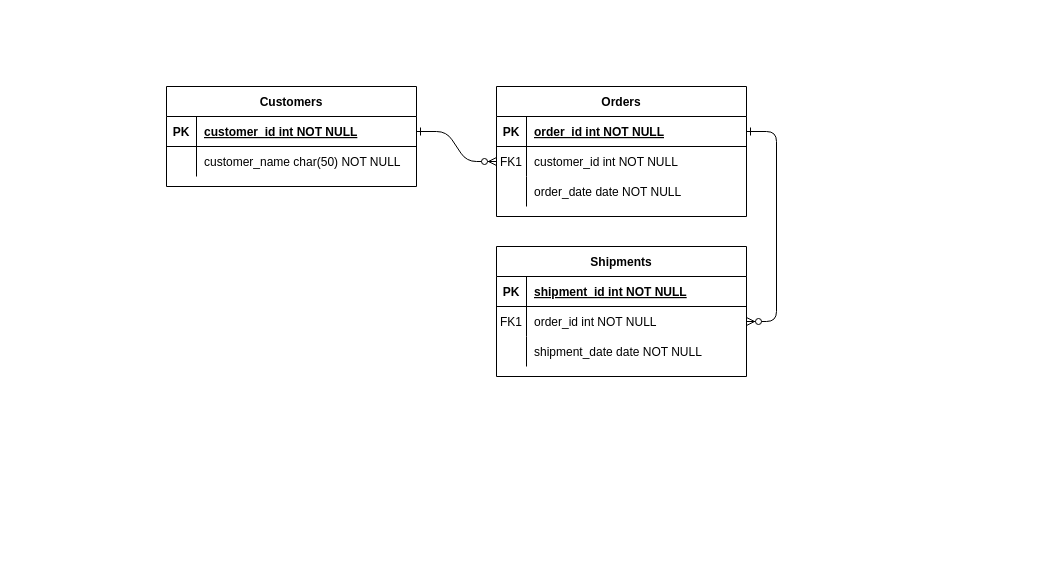
WOM89757/diagrams keeps this draw.io diagram as edgeboxm.drawio. Above is the earlier version. Source tidied: cells renumbered, new cells numbered last; positions are measured from the earlier drawing's top-left corner, leaving out a move shared by most shapes. Both pictures are drawn from the tidied source at 100%, with x=0, y=0 at pixel (166, 86).
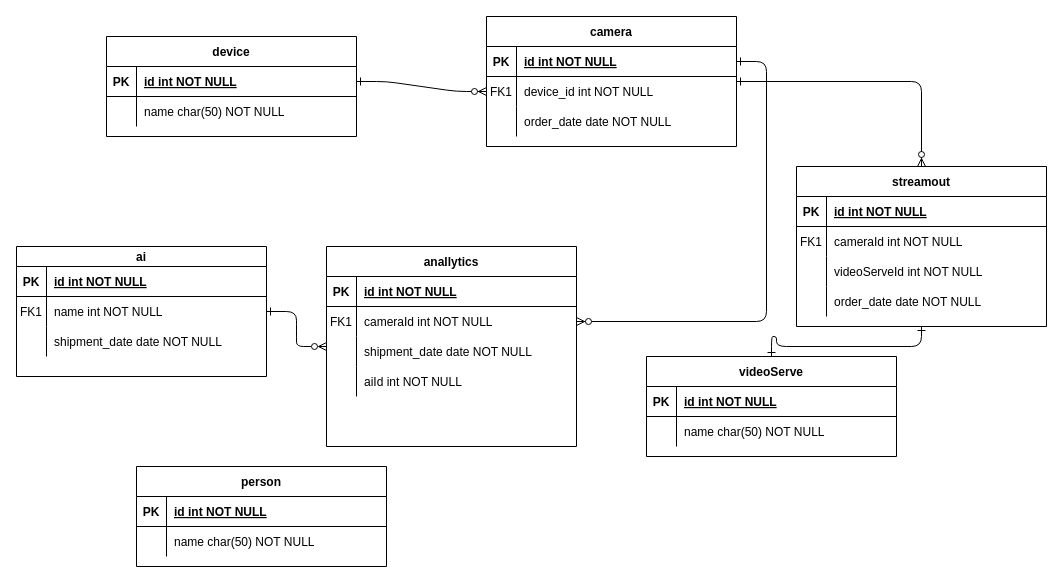
The same page after the edit.

Unchanged cells that the change refers to:
```xml
<mxCell id="5" style="shape=partialRectangle;fillColor=none;points=[[0,0.5],[1,0.5]];portConstraint=eastwest;top=0;left=0;right=0;bottom=1;" parent="4" vertex="1">
  <mxGeometry y="30" width="250" height="30" as="geometry" />
</mxCell>
<mxCell id="8" style="shape=partialRectangle;fillColor=none;points=[[0,0.5],[1,0.5]];portConstraint=eastwest;top=0;left=0;right=0;bottom=0;" parent="4" vertex="1">
  <mxGeometry y="60" width="250" height="30" as="geometry" />
</mxCell>
<mxCell id="15" style="shape=partialRectangle;fillColor=none;top=0;left=0;right=0;bottom=1;" parent="14" vertex="1">
  <mxGeometry y="30" width="250" height="30" as="geometry" />
</mxCell>
<mxCell id="18" style="shape=partialRectangle;fillColor=none;points=[[0,0.5],[1,0.5]];portConstraint=eastwest;top=0;left=0;right=0;bottom=0;" parent="14" vertex="1">
  <mxGeometry y="60" width="250" height="30" as="geometry" />
</mxCell>
<mxCell id="25" style="shape=partialRectangle;fillColor=none;points=[[0,0.5],[1,0.5]];portConstraint=eastwest;top=0;left=0;right=0;bottom=1;" parent="24" vertex="1">
  <mxGeometry y="30" width="250" height="30" as="geometry" />
</mxCell>
<mxCell id="28" style="shape=partialRectangle;fillColor=none;top=0;left=0;right=0;bottom=0;" parent="24" vertex="1">
  <mxGeometry y="60" width="250" height="30" as="geometry" />
</mxCell>
```

What changed in the source:
```diff
@@
+    <mxCell id="31" style="edgeStyle=orthogonalEdgeStyle;rounded=1;jettySize=auto;html=1;endFill=1;endArrow=ERzeroToMany;startFill=0;startArrow=ERone;" parent="1" edge="1" source="4" target="47">
+      <mxGeometry relative="1" as="geometry" />
+    </mxCell>
-    <mxCell id="4" value="Orders" style="shape=table;startSize=30;childLayout=tableLayout;rowLines=0;fontStyle=1;align=center;" parent="1" vertex="1">
-      <mxGeometry x="330" width="250" height="130" as="geometry" />
+    <mxCell id="4" value="camera" style="shape=table;startSize=30;childLayout=tableLayout;rowLines=0;fontStyle=1;align=center;" parent="1" vertex="1">
+      <mxGeometry x="320" y="-70" width="250" height="130" as="geometry" />
     </mxCell>
@@
-    <mxCell id="7" value="order_id int NOT NULL " style="shape=partialRectangle;overflow=hidden;fillColor=none;top=0;left=0;bottom=0;right=0;align=left;spacingLeft=6;fontStyle=5;" parent="5" vertex="1">
+    <mxCell id="7" value="id int NOT NULL " style="shape=partialRectangle;overflow=hidden;fillColor=none;top=0;left=0;bottom=0;right=0;align=left;spacingLeft=6;fontStyle=5;" parent="5" vertex="1">
       <mxGeometry x="30" width="220" height="30" as="geometry" />
     </mxCell>
@@
-    <mxCell id="10" value="customer_id int NOT NULL" style="shape=partialRectangle;overflow=hidden;fillColor=none;top=0;left=0;bottom=0;right=0;align=left;spacingLeft=6;" parent="8" vertex="1">
+    <mxCell id="10" value="device_id int NOT NULL" style="shape=partialRectangle;overflow=hidden;fillColor=none;top=0;left=0;bottom=0;right=0;align=left;spacingLeft=6;" parent="8" vertex="1">
       <mxGeometry x="30" width="220" height="30" as="geometry" />
     </mxCell>
@@
+    <mxCell id="32" style="edgeStyle=entityRelationEdgeStyle;endArrow=ERzeroToMany;startArrow=ERone;endFill=0;startFill=1;" parent="1" edge="1" source="36" target="14">
+      <mxGeometry relative="1" as="geometry" />
+    </mxCell>
-    <mxCell id="14" value="Shipments" style="shape=table;startSize=30;childLayout=tableLayout;rowLines=0;fontStyle=1;align=center;" parent="1" vertex="1">
-      <mxGeometry x="330" y="160" width="250" height="130" as="geometry" />
+    <mxCell id="14" value="anallytics" style="shape=table;startSize=30;childLayout=tableLayout;rowLines=0;fontStyle=1;align=center;" parent="1" vertex="1">
+      <mxGeometry x="160" y="160" width="250" height="200" as="geometry" />
     </mxCell>
@@
-    <mxCell id="17" value="shipment_id int NOT NULL " style="shape=partialRectangle;overflow=hidden;fillColor=none;top=0;left=0;bottom=0;right=0;align=left;spacingLeft=6;fontStyle=5;" parent="15" vertex="1">
+    <mxCell id="17" value="id int NOT NULL " style="shape=partialRectangle;overflow=hidden;fillColor=none;top=0;left=0;bottom=0;right=0;align=left;spacingLeft=6;fontStyle=5;" parent="15" vertex="1">
       <mxGeometry x="30" width="220" height="30" as="geometry" />
     </mxCell>
@@
-    <mxCell id="20" value="order_id int NOT NULL" style="shape=partialRectangle;overflow=hidden;fillColor=none;top=0;left=0;bottom=0;right=0;align=left;spacingLeft=6;" parent="18" vertex="1">
+    <mxCell id="20" value="cameraId int NOT NULL" style="shape=partialRectangle;overflow=hidden;fillColor=none;top=0;left=0;bottom=0;right=0;align=left;spacingLeft=6;" parent="18" vertex="1">
       <mxGeometry x="30" width="220" height="30" as="geometry" />
     </mxCell>
@@
+    <mxCell id="33" style="shape=partialRectangle;fillColor=none;top=0;left=0;right=0;bottom=0;" parent="14" vertex="1">
+      <mxGeometry y="120" width="250" height="30" as="geometry" />
+    </mxCell>
+    <mxCell id="34" style="shape=partialRectangle;overflow=hidden;fillColor=none;top=0;left=0;bottom=0;right=0;" parent="33" vertex="1">
+      <mxGeometry width="30" height="30" as="geometry" />
+    </mxCell>
+    <mxCell id="35" value="aiId int NOT NULL" style="shape=partialRectangle;overflow=hidden;fillColor=none;top=0;left=0;bottom=0;right=0;align=left;spacingLeft=6;" parent="33" vertex="1">
+      <mxGeometry x="30" width="220" height="30" as="geometry" />
+    </mxCell>
-    <mxCell id="24" value="Customers" style="shape=table;startSize=30;childLayout=tableLayout;rowLines=0;fontStyle=1;align=center;" parent="1" vertex="1">
-      <mxGeometry width="250" height="100" as="geometry" />
+    <mxCell id="24" value="device" style="shape=table;startSize=30;childLayout=tableLayout;rowLines=0;fontStyle=1;align=center;" parent="1" vertex="1">
+      <mxGeometry x="-60" y="-50" width="250" height="100" as="geometry" />
     </mxCell>
@@
-    <mxCell id="27" value="customer_id int NOT NULL " style="shape=partialRectangle;overflow=hidden;fillColor=none;top=0;left=0;bottom=0;right=0;align=left;spacingLeft=6;fontStyle=5;" parent="25" vertex="1">
+    <mxCell id="27" value="id int NOT NULL " style="shape=partialRectangle;overflow=hidden;fillColor=none;top=0;left=0;bottom=0;right=0;align=left;spacingLeft=6;fontStyle=5;" parent="25" vertex="1">
       <mxGeometry x="30" width="220" height="30" as="geometry" />
     </mxCell>
@@
-    <mxCell id="30" value="customer_name char(50) NOT NULL" style="shape=partialRectangle;overflow=hidden;fillColor=none;top=0;left=0;bottom=0;right=0;align=left;spacingLeft=6;" parent="28" vertex="1">
+    <mxCell id="30" value="name char(50) NOT NULL" style="shape=partialRectangle;overflow=hidden;fillColor=none;top=0;left=0;bottom=0;right=0;align=left;spacingLeft=6;" parent="28" vertex="1">
       <mxGeometry x="30" width="220" height="30" as="geometry" />
     </mxCell>
+    <mxCell id="36" value="ai" style="shape=table;startSize=20;childLayout=tableLayout;rowLines=0;fontStyle=1;align=center;" parent="1" vertex="1">
+      <mxGeometry x="-150" y="160" width="250" height="130" as="geometry" />
+    </mxCell>
+    <mxCell id="37" style="shape=partialRectangle;fillColor=none;top=0;left=0;right=0;bottom=1;" parent="36" vertex="1">
+      <mxGeometry y="20" width="250" height="30" as="geometry" />
+    </mxCell>
+    <mxCell id="38" value="PK" style="shape=partialRectangle;overflow=hidden;fillColor=none;top=0;left=0;bottom=0;right=0;fontStyle=1;" parent="37" vertex="1">
+      <mxGeometry width="30" height="30" as="geometry" />
+    </mxCell>
+    <mxCell id="39" value="id int NOT NULL " style="shape=partialRectangle;overflow=hidden;fillColor=none;top=0;left=0;bottom=0;right=0;align=left;spacingLeft=6;fontStyle=5;" parent="37" vertex="1">
+      <mxGeometry x="30" width="220" height="30" as="geometry" />
+    </mxCell>
+    <mxCell id="40" style="shape=partialRectangle;fillColor=none;top=0;left=0;right=0;bottom=0;" parent="36" vertex="1">
+      <mxGeometry y="50" width="250" height="30" as="geometry" />
+    </mxCell>
+    <mxCell id="41" value="FK1" style="shape=partialRectangle;overflow=hidden;fillColor=none;top=0;left=0;bottom=0;right=0;" parent="40" vertex="1">
+      <mxGeometry width="30" height="30" as="geometry" />
+    </mxCell>
+    <mxCell id="42" value="name int NOT NULL" style="shape=partialRectangle;overflow=hidden;fillColor=none;top=0;left=0;bottom=0;right=0;align=left;spacingLeft=6;" parent="40" vertex="1">
+      <mxGeometry x="30" width="220" height="30" as="geometry" />
+    </mxCell>
+    <mxCell id="43" style="shape=partialRectangle;fillColor=none;top=0;left=0;right=0;bottom=0;" parent="36" vertex="1">
+      <mxGeometry y="80" width="250" height="30" as="geometry" />
+    </mxCell>
+    <mxCell id="44" style="shape=partialRectangle;overflow=hidden;fillColor=none;top=0;left=0;bottom=0;right=0;" parent="43" vertex="1">
+      <mxGeometry width="30" height="30" as="geometry" />
+    </mxCell>
+    <mxCell id="45" value="shipment_date date NOT NULL" style="shape=partialRectangle;overflow=hidden;fillColor=none;top=0;left=0;bottom=0;right=0;align=left;spacingLeft=6;" parent="43" vertex="1">
+      <mxGeometry x="30" width="220" height="30" as="geometry" />
+    </mxCell>
+    <mxCell id="46" style="edgeStyle=orthogonalEdgeStyle;rounded=1;jettySize=auto;html=1;entryX=0.5;entryY=0;entryDx=0;entryDy=1;endFill=0;endArrow=ERone;startFill=0;startArrow=ERone;" parent="1" edge="1" source="47" target="60">
+      <mxGeometry relative="1" as="geometry" />
+    </mxCell>
+    <mxCell id="47" value="streamout" style="shape=table;startSize=30;childLayout=tableLayout;rowLines=0;fontStyle=1;align=center;" parent="1" vertex="1">
+      <mxGeometry x="630" y="80" width="250" height="160" as="geometry" />
+    </mxCell>
+    <mxCell id="48" style="shape=partialRectangle;fillColor=none;top=0;left=0;right=0;bottom=1;" parent="47" vertex="1">
+      <mxGeometry y="30" width="250" height="30" as="geometry" />
+    </mxCell>
+    <mxCell id="49" value="PK" style="shape=partialRectangle;overflow=hidden;fillColor=none;top=0;left=0;bottom=0;right=0;fontStyle=1;" parent="48" vertex="1">
+      <mxGeometry width="30" height="30" as="geometry" />
+    </mxCell>
+    <mxCell id="50" value="id int NOT NULL " style="shape=partialRectangle;overflow=hidden;fillColor=none;top=0;left=0;bottom=0;right=0;align=left;spacingLeft=6;fontStyle=5;" parent="48" vertex="1">
+      <mxGeometry x="30" width="220" height="30" as="geometry" />
+    </mxCell>
+    <mxCell id="51" style="shape=partialRectangle;fillColor=none;top=0;left=0;right=0;bottom=0;" parent="47" vertex="1">
+      <mxGeometry y="60" width="250" height="30" as="geometry" />
+    </mxCell>
+    <mxCell id="52" value="FK1" style="shape=partialRectangle;overflow=hidden;fillColor=none;top=0;left=0;bottom=0;right=0;" parent="51" vertex="1">
+      <mxGeometry width="30" height="30" as="geometry" />
+    </mxCell>
+    <mxCell id="53" value="cameraId int NOT NULL" style="shape=partialRectangle;overflow=hidden;fillColor=none;top=0;left=0;bottom=0;right=0;align=left;spacingLeft=6;" parent="51" vertex="1">
+      <mxGeometry x="30" width="220" height="30" as="geometry" />
+    </mxCell>
+    <mxCell id="54" style="shape=partialRectangle;fillColor=none;top=0;left=0;right=0;bottom=0;" parent="47" vertex="1">
+      <mxGeometry y="90" width="250" height="30" as="geometry" />
+    </mxCell>
+    <mxCell id="55" style="shape=partialRectangle;overflow=hidden;fillColor=none;top=0;left=0;bottom=0;right=0;" parent="54" vertex="1">
+      <mxGeometry width="30" height="30" as="geometry" />
+    </mxCell>
+    <mxCell id="56" value="videoServeId int NOT NULL" style="shape=partialRectangle;overflow=hidden;fillColor=none;top=0;left=0;bottom=0;right=0;align=left;spacingLeft=6;" parent="54" vertex="1">
+      <mxGeometry x="30" width="220" height="30" as="geometry" />
+    </mxCell>
+    <mxCell id="57" style="shape=partialRectangle;fillColor=none;top=0;left=0;right=0;bottom=0;" parent="47" vertex="1">
+      <mxGeometry y="120" width="250" height="30" as="geometry" />
+    </mxCell>
+    <mxCell id="58" style="shape=partialRectangle;overflow=hidden;fillColor=none;top=0;left=0;bottom=0;right=0;" parent="57" vertex="1">
+      <mxGeometry width="30" height="30" as="geometry" />
+    </mxCell>
+    <mxCell id="59" value="order_date date NOT NULL" style="shape=partialRectangle;overflow=hidden;fillColor=none;top=0;left=0;bottom=0;right=0;align=left;spacingLeft=6;" parent="57" vertex="1">
+      <mxGeometry x="30" width="220" height="30" as="geometry" />
+    </mxCell>
+    <mxCell id="60" value="videoServe" style="shape=table;startSize=30;childLayout=tableLayout;rowLines=0;fontStyle=1;align=center;" parent="1" vertex="1">
+      <mxGeometry x="480" y="270" width="250" height="100" as="geometry" />
+    </mxCell>
+    <mxCell id="61" style="shape=partialRectangle;fillColor=none;top=0;left=0;right=0;bottom=1;" parent="60" vertex="1">
+      <mxGeometry y="30" width="250" height="30" as="geometry" />
+    </mxCell>
+    <mxCell id="62" value="PK" style="shape=partialRectangle;overflow=hidden;fillColor=none;top=0;left=0;bottom=0;right=0;fontStyle=1;" parent="61" vertex="1">
+      <mxGeometry width="30" height="30" as="geometry" />
+    </mxCell>
+    <mxCell id="63" value="id int NOT NULL " style="shape=partialRectangle;overflow=hidden;fillColor=none;top=0;left=0;bottom=0;right=0;align=left;spacingLeft=6;fontStyle=5;" parent="61" vertex="1">
+      <mxGeometry x="30" width="220" height="30" as="geometry" />
+    </mxCell>
+    <mxCell id="64" style="shape=partialRectangle;fillColor=none;top=0;left=0;right=0;bottom=0;" parent="60" vertex="1">
+      <mxGeometry y="60" width="250" height="30" as="geometry" />
+    </mxCell>
+    <mxCell id="65" style="shape=partialRectangle;overflow=hidden;fillColor=none;top=0;left=0;bottom=0;right=0;" parent="64" vertex="1">
+      <mxGeometry width="30" height="30" as="geometry" />
+    </mxCell>
+    <mxCell id="66" value="name char(50) NOT NULL" style="shape=partialRectangle;overflow=hidden;fillColor=none;top=0;left=0;bottom=0;right=0;align=left;spacingLeft=6;" parent="64" vertex="1">
+      <mxGeometry x="30" width="220" height="30" as="geometry" />
+    </mxCell>
+    <mxCell id="67" value="person" style="shape=table;startSize=30;childLayout=tableLayout;rowLines=0;fontStyle=1;align=center;" parent="1" vertex="1">
+      <mxGeometry x="-30" y="380" width="250" height="100" as="geometry" />
+    </mxCell>
+    <mxCell id="68" style="shape=partialRectangle;fillColor=none;top=0;left=0;right=0;bottom=1;" parent="67" vertex="1">
+      <mxGeometry y="30" width="250" height="30" as="geometry" />
+    </mxCell>
+    <mxCell id="69" value="PK" style="shape=partialRectangle;overflow=hidden;fillColor=none;top=0;left=0;bottom=0;right=0;fontStyle=1;" parent="68" vertex="1">
+      <mxGeometry width="30" height="30" as="geometry" />
+    </mxCell>
+    <mxCell id="70" value="id int NOT NULL " style="shape=partialRectangle;overflow=hidden;fillColor=none;top=0;left=0;bottom=0;right=0;align=left;spacingLeft=6;fontStyle=5;" parent="68" vertex="1">
+      <mxGeometry x="30" width="220" height="30" as="geometry" />
+    </mxCell>
+    <mxCell id="71" style="shape=partialRectangle;fillColor=none;top=0;left=0;right=0;bottom=0;" parent="67" vertex="1">
+      <mxGeometry y="60" width="250" height="30" as="geometry" />
+    </mxCell>
+    <mxCell id="72" style="shape=partialRectangle;overflow=hidden;fillColor=none;top=0;left=0;bottom=0;right=0;" parent="71" vertex="1">
+      <mxGeometry width="30" height="30" as="geometry" />
+    </mxCell>
+    <mxCell id="73" value="name char(50) NOT NULL" style="shape=partialRectangle;overflow=hidden;fillColor=none;top=0;left=0;bottom=0;right=0;align=left;spacingLeft=6;" parent="71" vertex="1">
+      <mxGeometry x="30" width="220" height="30" as="geometry" />
+    </mxCell>
```
